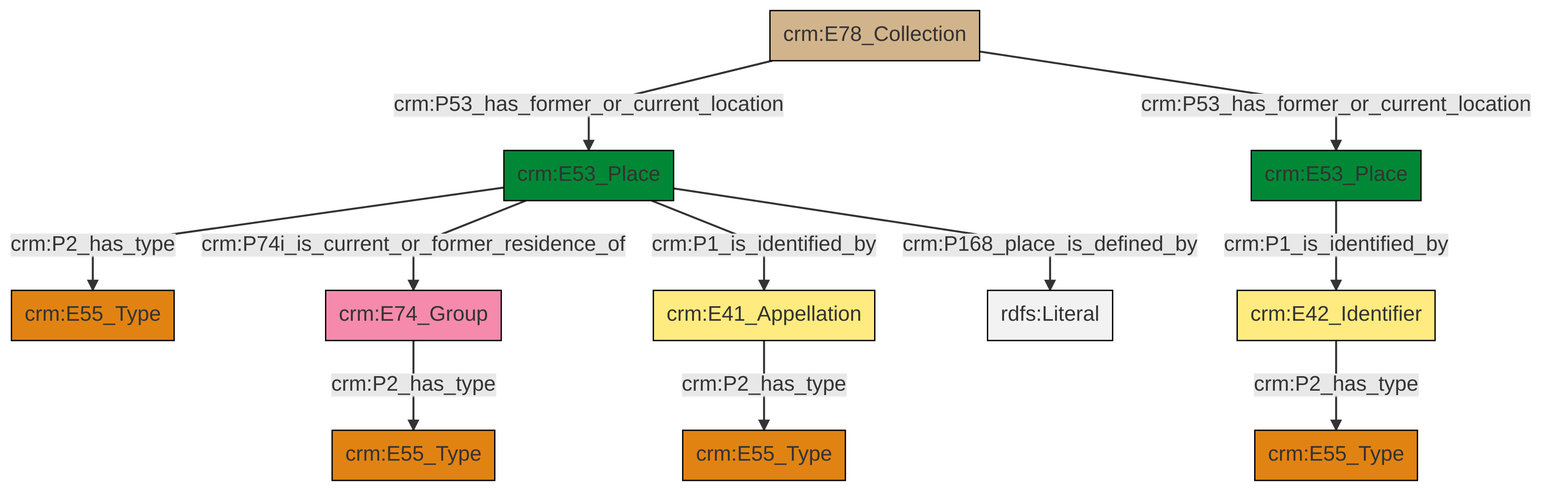
Before: et/archivalCSV/ttl/mmd/png/archival_location.png, a diagram exported from Mermaid (swiss-art-research-net/docs.swissartresearch). Its source is kept beside it as et/archivalCSV/ttl/mmd/archival_location.ttl.mmd.
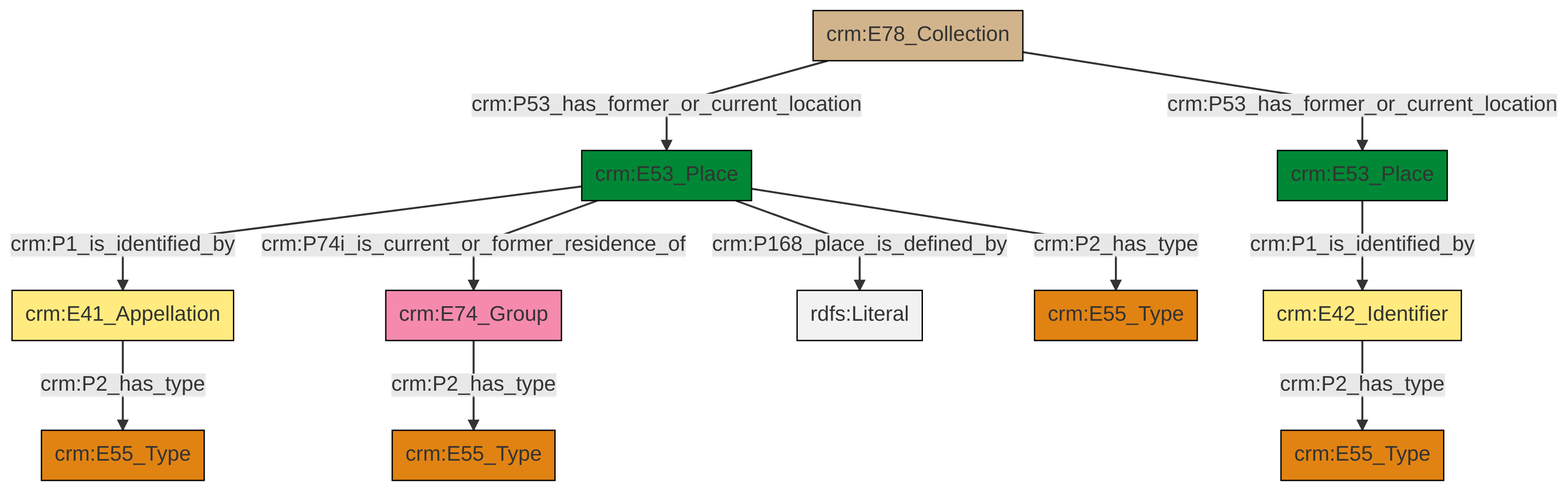
After the change.

Change to the diagram source:
```diff
@@ -13,13 +13,13 @@
 classDef PC_Classes fill:#4ce600, stroke:#000000;
 classDef Multi fill:#cccccc,stroke:#000000;
 
-4["crm:E42_Identifier"]:::Appellation -->|crm:P2_has_type| 5["crm:E55_Type"]:::Type
-6["crm:E78_Collection"]:::Physical_Thing -->|crm:P53_has_former_or_current_location| 7["crm:E53_Place"]:::Place
-8["crm:E74_Group"]:::Actor -->|crm:P2_has_type| 0["crm:E55_Type"]:::Type
-10["crm:E41_Appellation"]:::Appellation -->|crm:P2_has_type| 11["crm:E55_Type"]:::Type
-7["crm:E53_Place"]:::Place -->|crm:P2_has_type| 2["crm:E55_Type"]:::Type
-6["crm:E78_Collection"]:::Physical_Thing -->|crm:P53_has_former_or_current_location| 14["crm:E53_Place"]:::Place
-14["crm:E53_Place"]:::Place -->|crm:P1_is_identified_by| 4["crm:E42_Identifier"]:::Appellation
-7["crm:E53_Place"]:::Place -->|crm:P74i_is_current_or_former_residence_of| 8["crm:E74_Group"]:::Actor
-7["crm:E53_Place"]:::Place -->|crm:P1_is_identified_by| 10["crm:E41_Appellation"]:::Appellation
-7["crm:E53_Place"]:::Place -->|crm:P168_place_is_defined_by| 21[rdfs:Literal]:::Literal
+2["crm:E53_Place"]:::Place -->|crm:P1_is_identified_by| 4["crm:E42_Identifier"]:::Appellation
+7["crm:E53_Place"]:::Place -->|crm:P1_is_identified_by| 5["crm:E41_Appellation"]:::Appellation
+4["crm:E42_Identifier"]:::Appellation -->|crm:P2_has_type| 11["crm:E55_Type"]:::Type
+7["crm:E53_Place"]:::Place -->|crm:P74i_is_current_or_former_residence_of| 0["crm:E74_Group"]:::Actor
+0["crm:E74_Group"]:::Actor -->|crm:P2_has_type| 9["crm:E55_Type"]:::Type
+16["crm:E78_Collection"]:::Physical_Thing -->|crm:P53_has_former_or_current_location| 7["crm:E53_Place"]:::Place
+7["crm:E53_Place"]:::Place -->|crm:P168_place_is_defined_by| 20[rdfs:Literal]:::Literal
+7["crm:E53_Place"]:::Place -->|crm:P2_has_type| 12["crm:E55_Type"]:::Type
+5["crm:E41_Appellation"]:::Appellation -->|crm:P2_has_type| 14["crm:E55_Type"]:::Type
+16["crm:E78_Collection"]:::Physical_Thing -->|crm:P53_has_former_or_current_location| 2["crm:E53_Place"]:::Place
```
